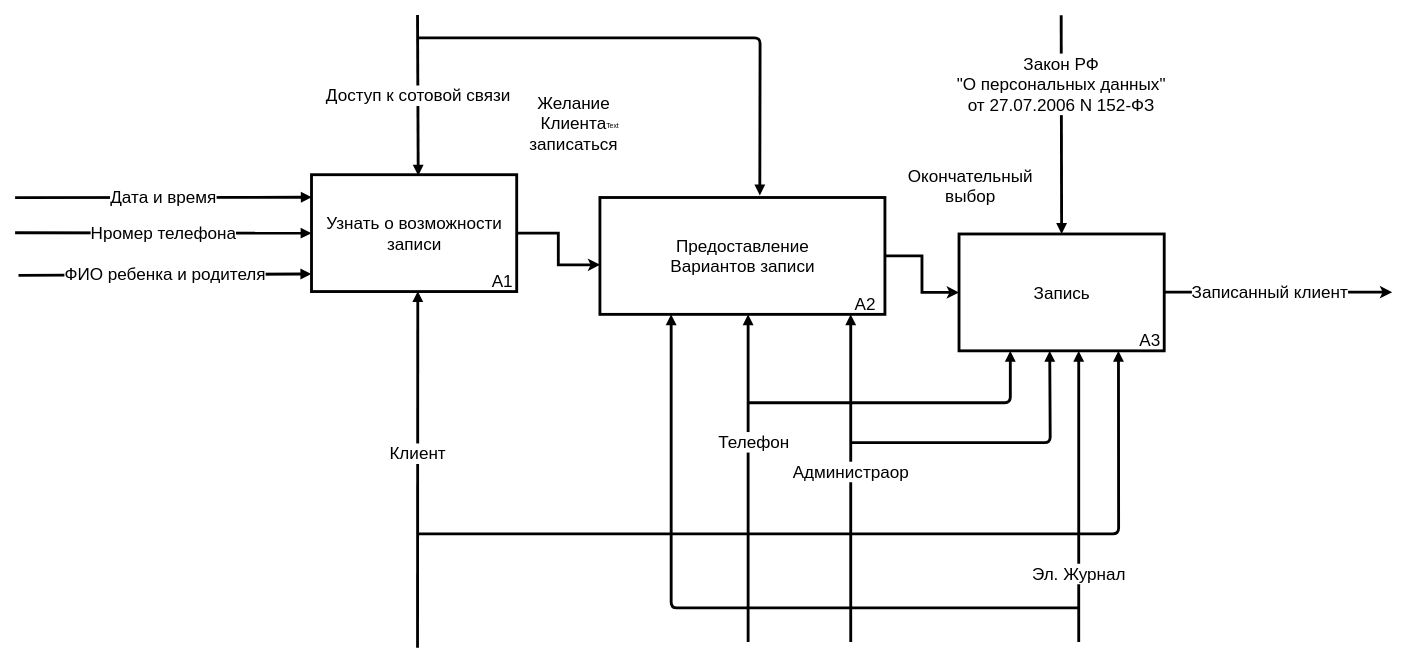
Before: AS_IS1.drawio in kirillgladkih/diplom, a draw.io diagram. Source tidied: cells renumbered, new cells numbered last; positions are measured from the earlier drawing's top-left corner, leaving out a move shared by most shapes. Both pictures are drawn from the tidied source at 57%, with x=0, y=0 at pixel (15, 15).
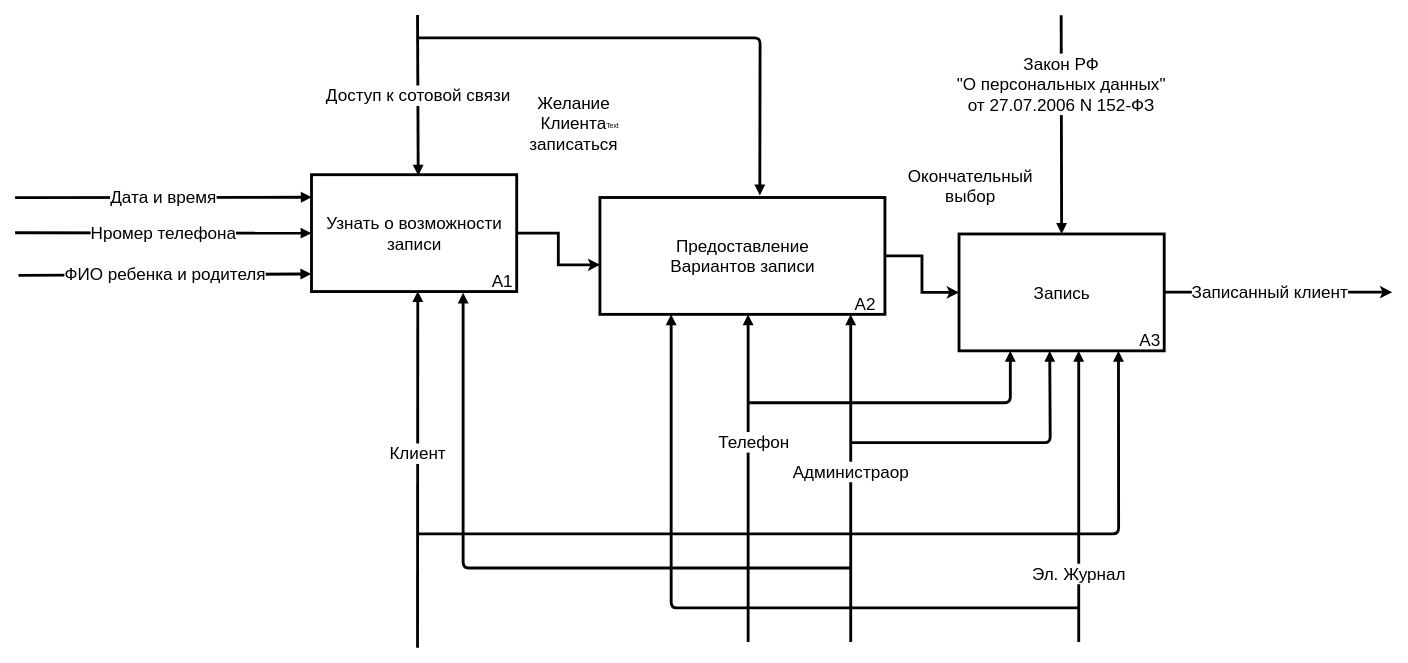
The same page after the edit.

The edit, as a diff of the source:
```diff
@@
+    <mxCell id="32" style="endArrow=block;endFill=1;endSize=6;html=1;strokeWidth=5;" parent="1" edge="1">
+      <mxGeometry x="0.09" relative="1" as="geometry">
+        <mxPoint x="1466" y="970" as="sourcePoint" />
+        <mxPoint x="786" y="487" as="targetPoint" />
+        <Array as="points">
+          <mxPoint x="786" y="970" />
+        </Array>
+      </mxGeometry>
+    </mxCell>
```
